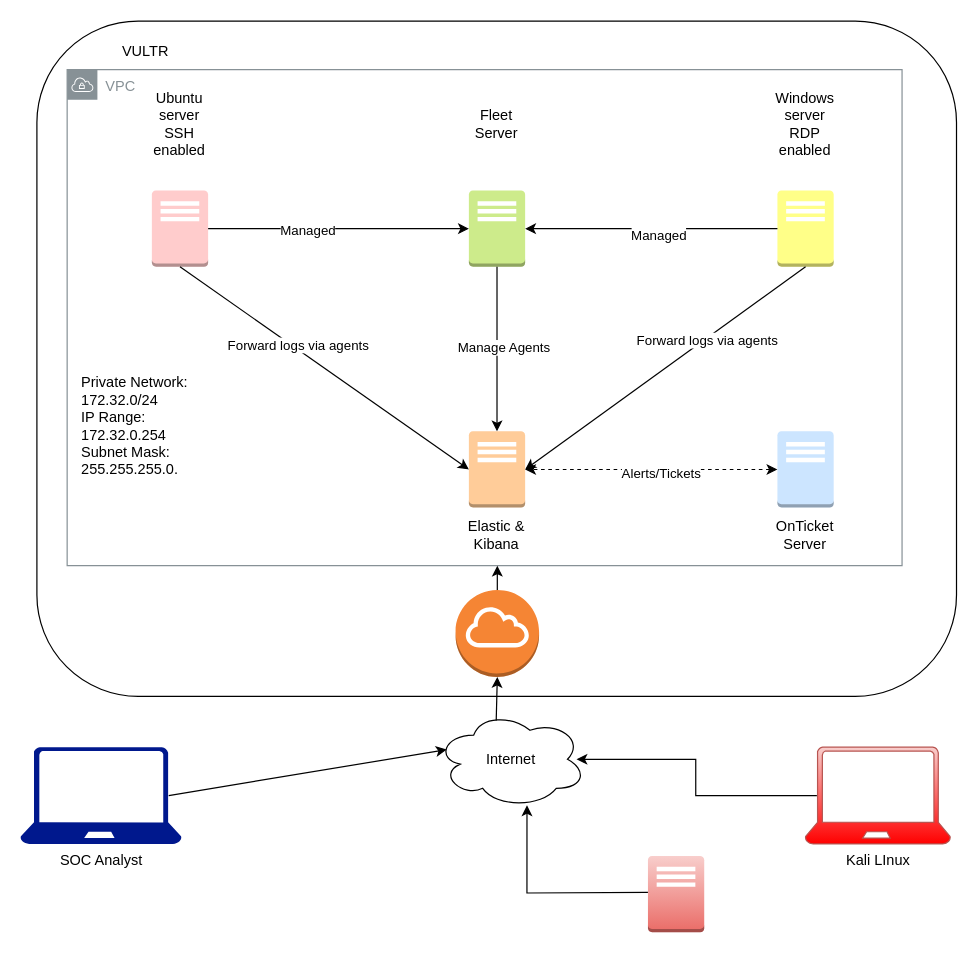
This is 30day Challenge.drawio from Xandacross/-30-Day-MyDFIR-SOC-Analyst-Challenge, a draw.io file, before an edit. Source tidied: cells renumbered, new cells numbered last; positions are measured from the earlier drawing's top-left corner, leaving out a move shared by most shapes. Both pictures are drawn from the tidied source at 121%, with x=0, y=0 at pixel (19, 21).
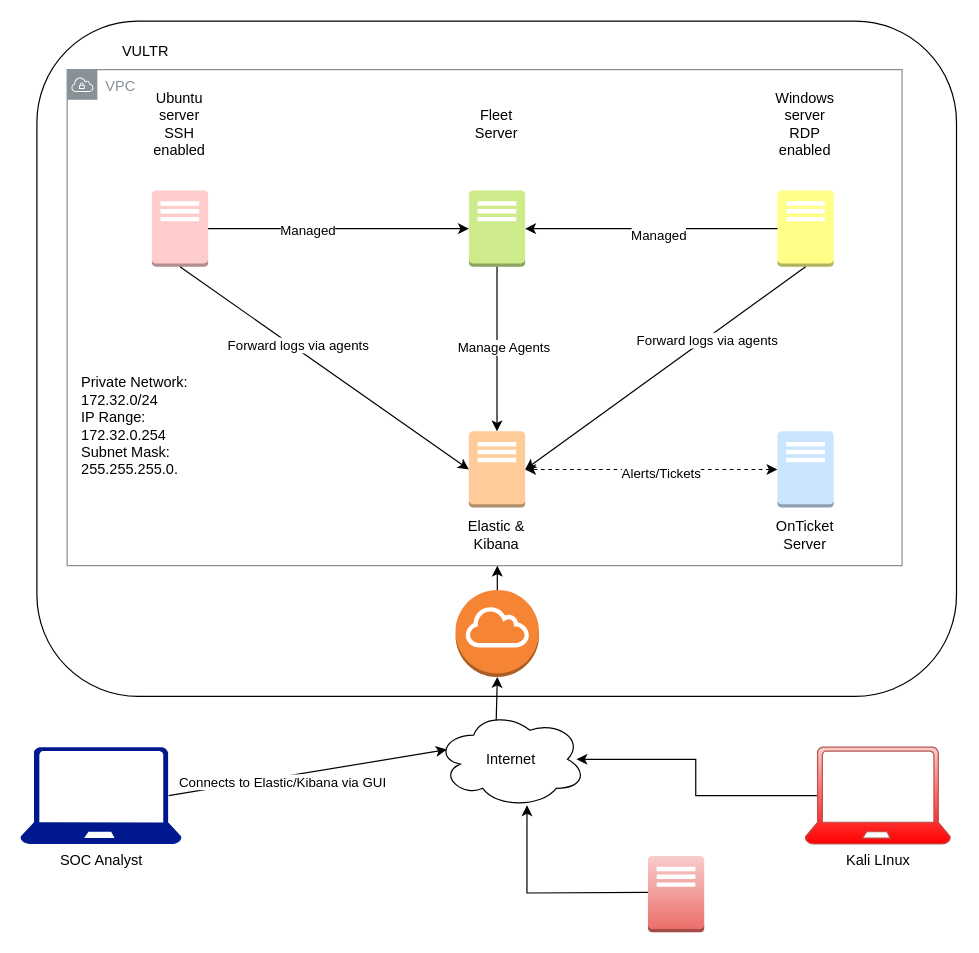
After the change.

The change refers to these unchanged cells:
```xml
<mxCell id="4" style="rounded=0;jettySize=auto;html=1;exitX=0.92;exitY=0.5;exitDx=0;exitDy=0;exitPerimeter=0;entryX=0.07;entryY=0.4;entryDx=0;entryDy=0;entryPerimeter=0;" parent="1" edge="1" source="5" target="9">
  <mxGeometry relative="1" as="geometry" />
</mxCell>
```

Diff of the diagram source:
```diff
@@
+    <mxCell id="38" value="Connects to Elastic/Kibana via GUI" style="edgeLabel;html=1;align=center;verticalAlign=middle;" parent="4" vertex="1">
+      <mxGeometry x="-0.19" y="-4" relative="1" as="geometry" />
+    </mxCell>
```
